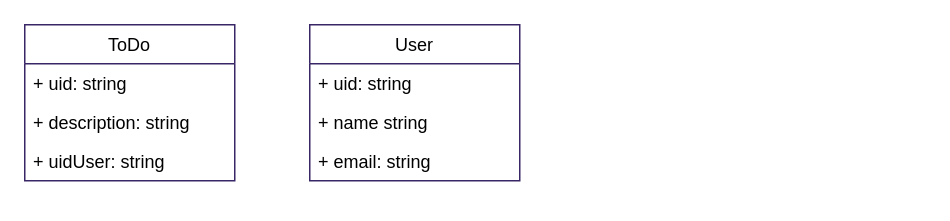
Earlier version of the draw.io diagram page "ER" (3 of 5) of Arquitecture/To-do-arquitecture.drawio (lectrapb/to-do-app). Source tidied: cells renumbered, new cells numbered last; positions are measured from the earlier drawing's top-left corner, leaving out a move shared by most shapes. Both pictures are drawn from the tidied source at 150%, with x=0, y=0 at pixel (24, 24).
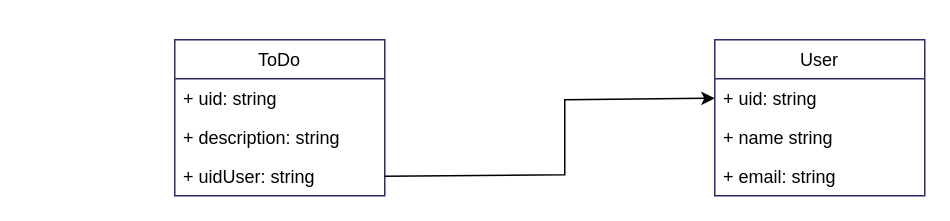
Above is the later version.

What changed in the source:
```diff
@@
 <mxGraphModel>
   <root>
     <mxCell id="0" />
     <mxCell id="1" parent="0" />
     <mxCell id="2" value="User" style="swimlane;fontStyle=0;horizontal=1;startSize=26;fillColor=none;strokeColor=#392666;" parent="1" vertex="1">
-      <mxGeometry x="190" width="140" height="104" as="geometry" />
+      <mxGeometry x="460" y="10" width="140" height="104" as="geometry" />
     </mxCell>
     <mxCell id="3" value="+ uid: string" style="text;strokeColor=none;fillColor=none;align=left;verticalAlign=top;spacingLeft=4;spacingRight=4;overflow=hidden;points=[[0,0.5],[1,0.5]];portConstraint=eastwest;" parent="2" vertex="1">
       <mxGeometry y="26" width="140" height="26" as="geometry" />
     </mxCell>
     <mxCell id="4" value="+ name string" style="text;strokeColor=none;fillColor=none;align=left;verticalAlign=top;spacingLeft=4;spacingRight=4;overflow=hidden;" parent="2" vertex="1">
       <mxGeometry y="52" width="140" height="26" as="geometry" />
     </mxCell>
     <mxCell id="5" value="+ email: string" style="text;strokeColor=none;fillColor=none;align=left;verticalAlign=top;spacingLeft=4;spacingRight=4;overflow=hidden;" parent="2" vertex="1">
       <mxGeometry y="78" width="140" height="26" as="geometry" />
     </mxCell>
     <mxCell id="6" value="ToDo" style="swimlane;fontStyle=0;horizontal=1;startSize=26;fillColor=none;strokeColor=#392666;" parent="1" vertex="1">
-      <mxGeometry width="140" height="104" as="geometry" />
+      <mxGeometry x="100" y="10" width="140" height="104" as="geometry" />
     </mxCell>
     <mxCell id="7" value="+ uid: string" style="text;strokeColor=none;fillColor=none;align=left;verticalAlign=top;spacingLeft=4;spacingRight=4;overflow=hidden;" parent="6" vertex="1">
       <mxGeometry y="26" width="140" height="26" as="geometry" />
     </mxCell>
     <mxCell id="8" value="+ description: string" style="text;strokeColor=none;fillColor=none;align=left;verticalAlign=top;spacingLeft=4;spacingRight=4;overflow=hidden;" parent="6" vertex="1">
       <mxGeometry y="52" width="140" height="26" as="geometry" />
     </mxCell>
     <mxCell id="9" value="+ uidUser: string" style="text;strokeColor=none;fillColor=none;align=left;verticalAlign=top;spacingLeft=4;spacingRight=4;overflow=hidden;points=[[0,0.5],[1,0.5]];portConstraint=eastwest;" parent="6" vertex="1">
       <mxGeometry y="78" width="140" height="26" as="geometry" />
     </mxCell>
+    <mxCell id="10" style="endArrow=classic;html=1;rounded=0;entryX=0;entryY=0.5;entryDx=0;entryDy=0;exitX=1;exitY=0.5;exitDx=0;exitDy=0;" parent="1" edge="1" source="9" target="3">
+      <mxGeometry relative="1" as="geometry">
+        <Array as="points">
+          <mxPoint x="360" y="100" />
+          <mxPoint x="360" y="50" />
+        </Array>
+      </mxGeometry>
+    </mxCell>
   </root>
 </mxGraphModel>
```
